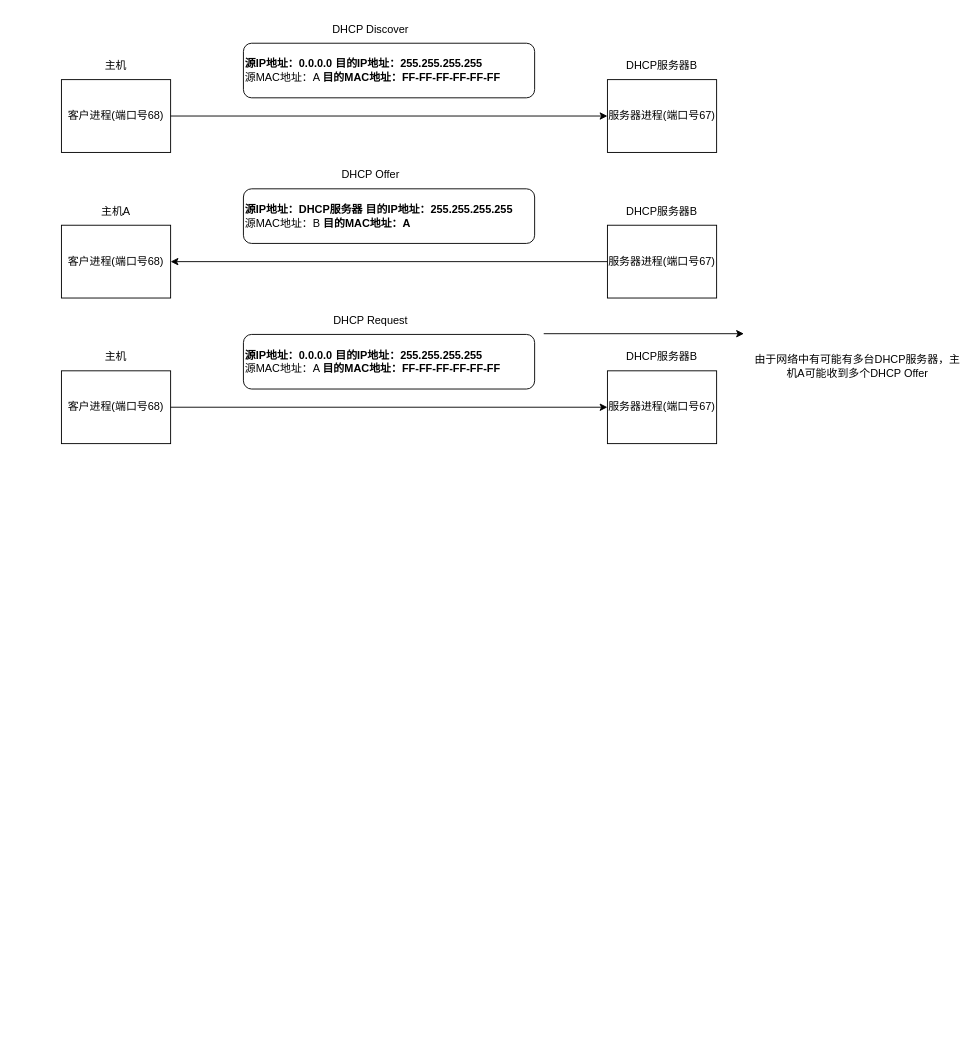
Before: 绘图/DHCP.drawio in galaxynn/PostgraduateEntranceExams, a draw.io diagram. Source tidied: cells renumbered, new cells numbered last; positions are measured from the earlier drawing's top-left corner, leaving out a move shared by most shapes. Both pictures are drawn from the tidied source at 91%, with x=0, y=0 at pixel (61, 15).
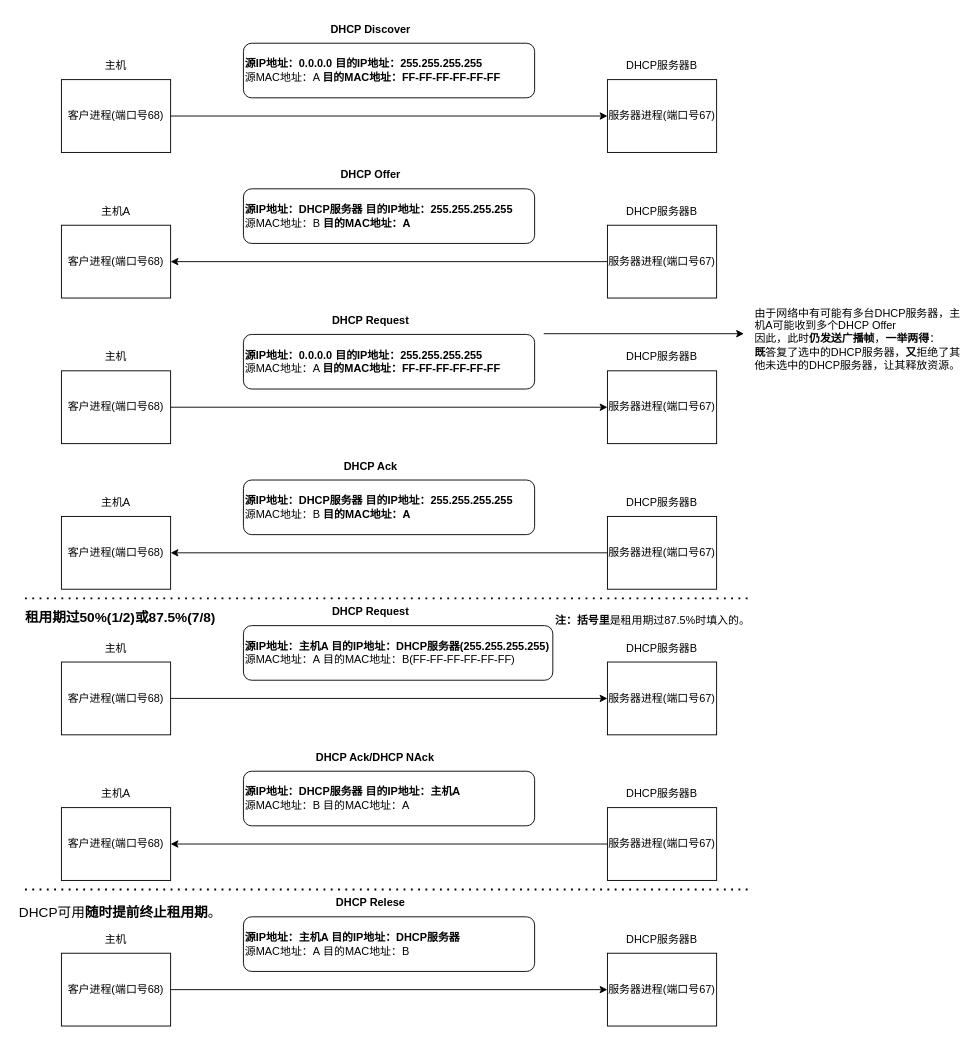
The same diagram, later.

Commit message (it also covers changes not shown here):
vault backup: 2026-09-29 19:26:51

Change to the diagram source:
```diff
@@
-    <mxCell id="6" value="DHCP Discover" style="text;html=1;align=center;verticalAlign=middle;whiteSpace=wrap;rounded=0;" parent="1" vertex="1">
+    <mxCell id="6" value="&lt;b&gt;DHCP Discover&lt;/b&gt;" style="text;html=1;align=center;verticalAlign=middle;whiteSpace=wrap;rounded=0;" parent="1" vertex="1">
       <mxGeometry x="290" width="100" height="30" as="geometry" />
     </mxCell>
@@
-    <mxCell id="12" value="DHCP Offer" style="text;html=1;align=center;verticalAlign=middle;whiteSpace=wrap;rounded=0;" parent="1" vertex="1">
+    <mxCell id="12" value="&lt;b&gt;DHCP Offer&lt;/b&gt;" style="text;html=1;align=center;verticalAlign=middle;whiteSpace=wrap;rounded=0;" parent="1" vertex="1">
       <mxGeometry x="290" y="160" width="100" height="30" as="geometry" />
     </mxCell>
@@
-    <mxCell id="20" value="DHCP Request" style="text;html=1;align=center;verticalAlign=middle;whiteSpace=wrap;rounded=0;" parent="1" vertex="1">
+    <mxCell id="20" value="&lt;b&gt;DHCP Request&lt;/b&gt;" style="text;html=1;align=center;verticalAlign=middle;whiteSpace=wrap;rounded=0;" parent="1" vertex="1">
       <mxGeometry x="290" y="320" width="100" height="30" as="geometry" />
     </mxCell>
@@
-    <mxCell id="24" value="由于网络中有可能有多台DHCP服务器，主机A可能收到多个DHCP Offer" style="text;html=1;align=center;verticalAlign=middle;whiteSpace=wrap;rounded=0;" parent="1" vertex="1">
-      <mxGeometry x="760" y="340" width="230" height="90" as="geometry" />
+    <mxCell id="24" value="由于网络中有可能有多台DHCP服务器，主机A可能收到多个DHCP Offer&lt;br&gt;因此，此时&lt;b&gt;仍发送广播帧&lt;/b&gt;，&lt;b&gt;一举两得&lt;/b&gt;：&lt;br&gt;&lt;b&gt;既&lt;/b&gt;答复了选中的DHCP服务器，&lt;b&gt;又&lt;/b&gt;拒绝了其他未选中的DHCP服务器，让其释放资源。" style="text;html=1;align=left;verticalAlign=middle;whiteSpace=wrap;rounded=0;" parent="1" vertex="1">
+      <mxGeometry x="760" y="310" width="230" height="90" as="geometry" />
     </mxCell>
+    <mxCell id="25" value="客户进程(端口号68)" style="rounded=0;whiteSpace=wrap;html=1;" parent="1" vertex="1">
+      <mxGeometry y="550" width="120" height="80" as="geometry" />
+    </mxCell>
+    <mxCell id="26" value="服务器进程(端口号67)" style="rounded=0;whiteSpace=wrap;html=1;" parent="1" vertex="1">
+      <mxGeometry x="600" y="550" width="120" height="80" as="geometry" />
+    </mxCell>
+    <mxCell id="27" value="&lt;font&gt;&lt;b&gt;&lt;font style=&quot;&quot;&gt;源IP地址：&lt;/font&gt;&lt;font style=&quot;&quot;&gt;DHCP服务器&lt;/font&gt; &lt;font style=&quot;&quot;&gt;目的IP地址：&lt;/font&gt;255.255.255.255&lt;/b&gt;&lt;br&gt;源MAC地址：B &lt;b&gt;目的MAC地址：A&lt;/b&gt;&lt;/font&gt;" style="rounded=1;whiteSpace=wrap;html=1;align=left;" parent="1" vertex="1">
+      <mxGeometry x="200" y="510" width="320" height="60" as="geometry" />
+    </mxCell>
+    <mxCell id="28" value="&lt;b&gt;DHCP Ack&lt;/b&gt;" style="text;html=1;align=center;verticalAlign=middle;whiteSpace=wrap;rounded=0;" parent="1" vertex="1">
+      <mxGeometry x="290" y="480" width="100" height="30" as="geometry" />
+    </mxCell>
+    <mxCell id="29" value="主机A" style="text;html=1;align=center;verticalAlign=middle;whiteSpace=wrap;rounded=0;" parent="1" vertex="1">
+      <mxGeometry x="30" y="520" width="60" height="30" as="geometry" />
+    </mxCell>
+    <mxCell id="30" value="DHCP服务器B" style="text;html=1;align=center;verticalAlign=middle;whiteSpace=wrap;rounded=0;" parent="1" vertex="1">
+      <mxGeometry x="620" y="520" width="80" height="30" as="geometry" />
+    </mxCell>
+    <mxCell id="31" style="endArrow=classic;html=1;rounded=0;exitX=0;exitY=0.5;exitDx=0;exitDy=0;entryX=1;entryY=0.5;entryDx=0;entryDy=0;" parent="1" edge="1" source="26" target="25">
+      <mxGeometry relative="1" as="geometry" />
+    </mxCell>
+    <mxCell id="32" value="客户进程(端口号68)" style="rounded=0;whiteSpace=wrap;html=1;" parent="1" vertex="1">
+      <mxGeometry y="710" width="120" height="80" as="geometry" />
+    </mxCell>
+    <mxCell id="33" value="服务器进程(端口号67)" style="rounded=0;whiteSpace=wrap;html=1;" parent="1" vertex="1">
+      <mxGeometry x="600" y="710" width="120" height="80" as="geometry" />
+    </mxCell>
+    <mxCell id="34" style="endArrow=classic;html=1;rounded=0;exitX=1;exitY=0.5;exitDx=0;exitDy=0;entryX=0;entryY=0.5;entryDx=0;entryDy=0;" parent="1" edge="1" source="32" target="33">
+      <mxGeometry relative="1" as="geometry" />
+    </mxCell>
+    <mxCell id="35" value="&lt;b&gt;源IP地址：主机A 目的IP地址：DHCP服务器(255.255.255.255)&lt;/b&gt;&lt;br&gt;源MAC地址：A&amp;nbsp;目的MAC地址：B(FF-FF-FF-FF-FF-FF)" style="rounded=1;whiteSpace=wrap;html=1;align=left;" parent="1" vertex="1">
+      <mxGeometry x="200" y="670" width="340" height="60" as="geometry" />
+    </mxCell>
+    <mxCell id="36" value="&lt;b&gt;DHCP Request&lt;/b&gt;" style="text;html=1;align=center;verticalAlign=middle;whiteSpace=wrap;rounded=0;" parent="1" vertex="1">
+      <mxGeometry x="290" y="640" width="100" height="30" as="geometry" />
+    </mxCell>
+    <mxCell id="37" value="主机" style="text;html=1;align=center;verticalAlign=middle;whiteSpace=wrap;rounded=0;" parent="1" vertex="1">
+      <mxGeometry x="30" y="680" width="60" height="30" as="geometry" />
+    </mxCell>
+    <mxCell id="38" value="DHCP服务器B" style="text;html=1;align=center;verticalAlign=middle;whiteSpace=wrap;rounded=0;" parent="1" vertex="1">
+      <mxGeometry x="620" y="680" width="80" height="30" as="geometry" />
+    </mxCell>
+    <mxCell id="39" value="客户进程(端口号68)" style="rounded=0;whiteSpace=wrap;html=1;" parent="1" vertex="1">
+      <mxGeometry y="870" width="120" height="80" as="geometry" />
+    </mxCell>
+    <mxCell id="40" value="服务器进程(端口号67)" style="rounded=0;whiteSpace=wrap;html=1;" parent="1" vertex="1">
+      <mxGeometry x="600" y="870" width="120" height="80" as="geometry" />
+    </mxCell>
+    <mxCell id="41" value="&lt;font&gt;&lt;b&gt;&lt;font style=&quot;&quot;&gt;源IP地址：&lt;/font&gt;&lt;font style=&quot;&quot;&gt;DHCP服务器&lt;/font&gt; &lt;font style=&quot;&quot;&gt;目的IP地址：主机A&lt;/font&gt;&lt;/b&gt;&lt;br&gt;源MAC地址：B 目的MAC地址：A&lt;/font&gt;" style="rounded=1;whiteSpace=wrap;html=1;align=left;" parent="1" vertex="1">
+      <mxGeometry x="200" y="830" width="320" height="60" as="geometry" />
+    </mxCell>
+    <mxCell id="42" value="&lt;b&gt;DHCP Ack/DHCP NAck&lt;/b&gt;" style="text;html=1;align=center;verticalAlign=middle;whiteSpace=wrap;rounded=0;" parent="1" vertex="1">
+      <mxGeometry x="270" y="800" width="150" height="30" as="geometry" />
+    </mxCell>
+    <mxCell id="43" value="主机A" style="text;html=1;align=center;verticalAlign=middle;whiteSpace=wrap;rounded=0;" parent="1" vertex="1">
+      <mxGeometry x="30" y="840" width="60" height="30" as="geometry" />
+    </mxCell>
+    <mxCell id="44" value="DHCP服务器B" style="text;html=1;align=center;verticalAlign=middle;whiteSpace=wrap;rounded=0;" parent="1" vertex="1">
+      <mxGeometry x="620" y="840" width="80" height="30" as="geometry" />
+    </mxCell>
+    <mxCell id="45" style="endArrow=classic;html=1;rounded=0;exitX=0;exitY=0.5;exitDx=0;exitDy=0;entryX=1;entryY=0.5;entryDx=0;entryDy=0;" parent="1" edge="1" source="40" target="39">
+      <mxGeometry relative="1" as="geometry" />
+    </mxCell>
+    <mxCell id="46" style="endArrow=none;dashed=1;html=1;dashPattern=1 3;strokeWidth=2;rounded=0;" parent="1" edge="1">
+      <mxGeometry relative="1" as="geometry">
+        <mxPoint x="-40" y="640" as="sourcePoint" />
+        <mxPoint x="760" y="640" as="targetPoint" />
+      </mxGeometry>
+    </mxCell>
+    <mxCell id="47" value="&lt;font style=&quot;font-size: 15px;&quot;&gt;&lt;b style=&quot;&quot;&gt;租用期过50%(1/2)或87.5%(7/8)&lt;/b&gt;&lt;/font&gt;" style="text;html=1;align=center;verticalAlign=middle;whiteSpace=wrap;rounded=0;" parent="1" vertex="1">
+      <mxGeometry x="-45" y="640" width="220" height="40" as="geometry" />
+    </mxCell>
+    <mxCell id="48" value="客户进程(端口号68)" style="rounded=0;whiteSpace=wrap;html=1;" parent="1" vertex="1">
+      <mxGeometry y="1030" width="120" height="80" as="geometry" />
+    </mxCell>
+    <mxCell id="49" value="服务器进程(端口号67)" style="rounded=0;whiteSpace=wrap;html=1;" parent="1" vertex="1">
+      <mxGeometry x="600" y="1030" width="120" height="80" as="geometry" />
+    </mxCell>
+    <mxCell id="50" style="endArrow=classic;html=1;rounded=0;exitX=1;exitY=0.5;exitDx=0;exitDy=0;entryX=0;entryY=0.5;entryDx=0;entryDy=0;" parent="1" edge="1" source="48" target="49">
+      <mxGeometry relative="1" as="geometry" />
+    </mxCell>
+    <mxCell id="51" value="&lt;b&gt;源IP地址：主机A 目的IP地址：DHCP服务器&lt;/b&gt;&lt;br&gt;源MAC地址：A&amp;nbsp;目的MAC地址：B" style="rounded=1;whiteSpace=wrap;html=1;align=left;" parent="1" vertex="1">
+      <mxGeometry x="200" y="990" width="320" height="60" as="geometry" />
+    </mxCell>
+    <mxCell id="52" value="主机" style="text;html=1;align=center;verticalAlign=middle;whiteSpace=wrap;rounded=0;" parent="1" vertex="1">
+      <mxGeometry x="30" y="1000" width="60" height="30" as="geometry" />
+    </mxCell>
+    <mxCell id="53" value="DHCP服务器B" style="text;html=1;align=center;verticalAlign=middle;whiteSpace=wrap;rounded=0;" parent="1" vertex="1">
+      <mxGeometry x="620" y="1000" width="80" height="30" as="geometry" />
+    </mxCell>
+    <mxCell id="54" value="&lt;b&gt;DHCP Relese&lt;/b&gt;" style="text;html=1;align=center;verticalAlign=middle;whiteSpace=wrap;rounded=0;" parent="1" vertex="1">
+      <mxGeometry x="290" y="960" width="100" height="30" as="geometry" />
+    </mxCell>
+    <mxCell id="55" value="&lt;font style=&quot;font-size: 15px;&quot;&gt;DHCP可用&lt;b style=&quot;&quot;&gt;随时提前终止租用期&lt;/b&gt;。&lt;/font&gt;" style="text;html=1;align=center;verticalAlign=middle;whiteSpace=wrap;rounded=0;" parent="1" vertex="1">
+      <mxGeometry x="-50" y="970" width="230" height="30" as="geometry" />
+    </mxCell>
+    <mxCell id="56" style="endArrow=none;dashed=1;html=1;dashPattern=1 3;strokeWidth=2;rounded=0;" parent="1" edge="1">
+      <mxGeometry relative="1" as="geometry">
+        <mxPoint x="-40" y="960" as="sourcePoint" />
+        <mxPoint x="760" y="960" as="targetPoint" />
+      </mxGeometry>
+    </mxCell>
+    <mxCell id="57" value="&lt;b&gt;注：括号里&lt;/b&gt;是租用期过87.5%时填入的。" style="text;html=1;align=center;verticalAlign=middle;whiteSpace=wrap;rounded=0;" parent="1" vertex="1">
+      <mxGeometry x="540" y="650" width="220" height="30" as="geometry" />
+    </mxCell>
```
